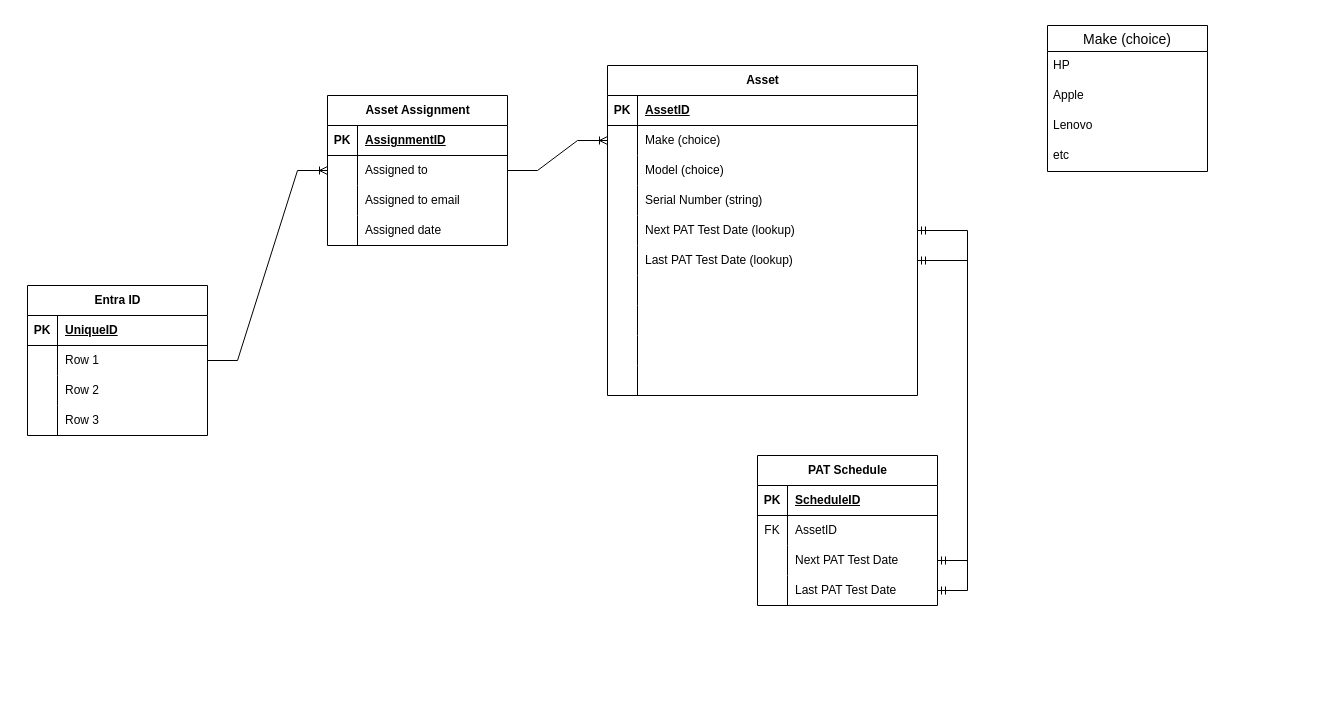
DigPacksPhilMVP/AssetManagement keeps this draw.io diagram as Untitled Diagram.drawio. Above is the earlier version. Source tidied: cells renumbered, new cells numbered last; positions are measured from the earlier drawing's top-left corner, leaving out a move shared by most shapes. Both pictures are drawn from the tidied source at 100%, with x=0, y=0 at pixel (27, 25).
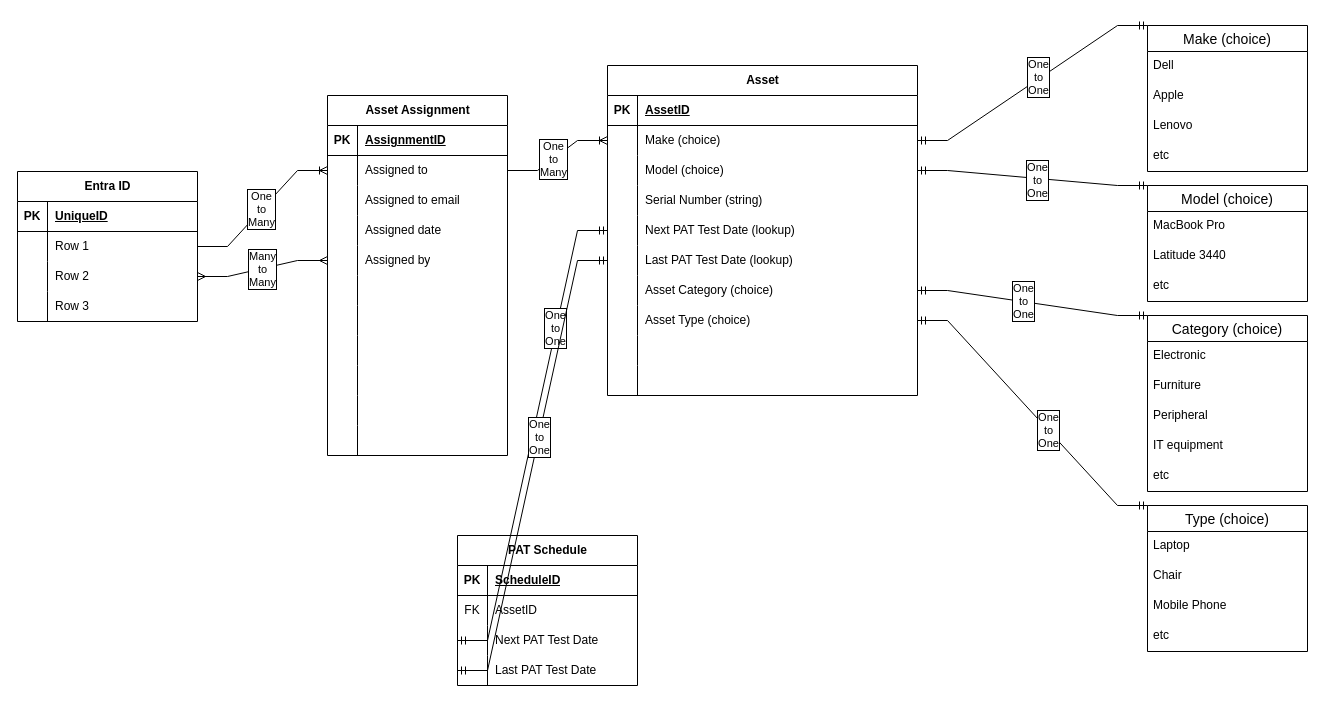
The same page after the edit.

Unchanged cells that the change refers to:
```xml
<mxCell id="9" style="shape=tableRow;horizontal=0;startSize=0;swimlaneHead=0;swimlaneBody=0;fillColor=none;points=[[0,0.5],[1,0.5]];portConstraint=eastwest;top=0;left=0;right=0;bottom=0;" parent="2" vertex="1">
  <mxGeometry y="90" width="180" height="30" as="geometry" />
</mxCell>
<mxCell id="32" style="shape=tableRow;horizontal=0;startSize=0;swimlaneHead=0;swimlaneBody=0;fillColor=none;points=[[0,0.5],[1,0.5]];portConstraint=eastwest;top=0;left=0;right=0;bottom=0;" parent="28" vertex="1">
  <mxGeometry y="60" width="310" height="30" as="geometry" />
</mxCell>
<mxCell id="35" style="shape=tableRow;horizontal=0;startSize=0;swimlaneHead=0;swimlaneBody=0;fillColor=none;points=[[0,0.5],[1,0.5]];portConstraint=eastwest;top=0;left=0;right=0;bottom=0;" parent="28" vertex="1">
  <mxGeometry y="90" width="310" height="30" as="geometry" />
</mxCell>
<mxCell id="41" style="shape=tableRow;horizontal=0;startSize=0;swimlaneHead=0;swimlaneBody=0;fillColor=none;points=[[0,0.5],[1,0.5]];portConstraint=eastwest;top=0;left=0;right=0;bottom=0;" parent="28" vertex="1">
  <mxGeometry y="150" width="310" height="30" as="geometry" />
</mxCell>
<mxCell id="44" style="shape=tableRow;horizontal=0;startSize=0;swimlaneHead=0;swimlaneBody=0;fillColor=none;points=[[0,0.5],[1,0.5]];portConstraint=eastwest;top=0;left=0;right=0;bottom=0;" parent="28" vertex="1">
  <mxGeometry y="180" width="310" height="30" as="geometry" />
</mxCell>
<mxCell id="47" style="shape=tableRow;horizontal=0;startSize=0;swimlaneHead=0;swimlaneBody=0;fillColor=none;points=[[0,0.5],[1,0.5]];portConstraint=eastwest;top=0;left=0;right=0;bottom=0;" parent="28" vertex="1">
  <mxGeometry y="210" width="310" height="30" as="geometry" />
</mxCell>
<mxCell id="50" style="shape=tableRow;horizontal=0;startSize=0;swimlaneHead=0;swimlaneBody=0;fillColor=none;points=[[0,0.5],[1,0.5]];portConstraint=eastwest;top=0;left=0;right=0;bottom=0;" parent="28" vertex="1">
  <mxGeometry y="240" width="310" height="30" as="geometry" />
</mxCell>
<mxCell id="59" style="edgeStyle=entityRelationEdgeStyle;fontSize=12;html=1;endArrow=ERoneToMany;rounded=0;entryX=0;entryY=0.5;entryDx=0;entryDy=0;exitX=1;exitY=0.5;exitDx=0;exitDy=0;" parent="1" edge="1" source="6" target="19">
  <mxGeometry relative="1" as="geometry" />
</mxCell>
<mxCell id="60" style="edgeStyle=entityRelationEdgeStyle;fontSize=12;html=1;endArrow=ERoneToMany;rounded=0;exitX=1;exitY=0.5;exitDx=0;exitDy=0;entryX=0;entryY=0.5;entryDx=0;entryDy=0;" parent="1" edge="1" source="19" target="32">
  <mxGeometry relative="1" as="geometry" />
</mxCell>
<mxCell id="68" style="shape=tableRow;horizontal=0;startSize=0;swimlaneHead=0;swimlaneBody=0;fillColor=none;points=[[0,0.5],[1,0.5]];portConstraint=eastwest;top=0;left=0;right=0;bottom=0;" parent="61" vertex="1">
  <mxGeometry y="90" width="180" height="30" as="geometry" />
</mxCell>
<mxCell id="71" style="shape=tableRow;horizontal=0;startSize=0;swimlaneHead=0;swimlaneBody=0;fillColor=none;points=[[0,0.5],[1,0.5]];portConstraint=eastwest;top=0;left=0;right=0;bottom=0;" parent="61" vertex="1">
  <mxGeometry y="120" width="180" height="30" as="geometry" />
</mxCell>
```

Change to the diagram source:
```diff
@@
     <mxCell id="2" value="Entra ID" style="shape=table;startSize=30;childLayout=tableLayout;rowLines=0;fontStyle=1;align=center;html=1;" parent="1" vertex="1">
-      <mxGeometry y="260" width="180" height="150" as="geometry" />
+      <mxGeometry x="-10" y="146" width="180" height="150" as="geometry" />
     </mxCell>
@@
     <mxCell id="15" value="Asset Assignment" style="shape=table;startSize=30;childLayout=tableLayout;rowLines=0;fontStyle=1;align=center;html=1;" parent="1" vertex="1">
-      <mxGeometry x="300" y="70" width="180" height="150" as="geometry" />
+      <mxGeometry x="300" y="70" width="180" height="360" as="geometry" />
     </mxCell>
@@
+    <mxCell id="81" style="shape=tableRow;horizontal=0;startSize=0;swimlaneHead=0;swimlaneBody=0;fillColor=none;points=[[0,0.5],[1,0.5]];portConstraint=eastwest;top=0;left=0;right=0;bottom=0;" parent="15" vertex="1">
+      <mxGeometry y="150" width="180" height="30" as="geometry" />
+    </mxCell>
+    <mxCell id="82" style="shape=partialRectangle;fillColor=none;top=0;left=0;bottom=0;right=0;overflow=hidden;whiteSpace=wrap;html=1;" parent="81" vertex="1">
+      <mxGeometry width="30" height="30" as="geometry" />
+    </mxCell>
+    <mxCell id="83" value="Assigned by" style="shape=partialRectangle;fillColor=none;top=0;left=0;bottom=0;right=0;align=left;spacingLeft=6;overflow=hidden;whiteSpace=wrap;html=1;" parent="81" vertex="1">
+      <mxGeometry x="30" width="150" height="30" as="geometry" />
+    </mxCell>
+    <mxCell id="84" style="shape=tableRow;horizontal=0;startSize=0;swimlaneHead=0;swimlaneBody=0;fillColor=none;top=0;left=0;right=0;bottom=0;" parent="15" vertex="1">
+      <mxGeometry y="180" width="180" height="30" as="geometry" />
+    </mxCell>
+    <mxCell id="85" style="shape=partialRectangle;fillColor=none;top=0;left=0;bottom=0;right=0;overflow=hidden;whiteSpace=wrap;html=1;" parent="84" vertex="1">
+      <mxGeometry width="30" height="30" as="geometry" />
+    </mxCell>
+    <mxCell id="86" style="shape=partialRectangle;fillColor=none;top=0;left=0;bottom=0;right=0;align=left;spacingLeft=6;overflow=hidden;whiteSpace=wrap;html=1;" parent="84" vertex="1">
+      <mxGeometry x="30" width="150" height="30" as="geometry" />
+    </mxCell>
+    <mxCell id="87" style="shape=tableRow;horizontal=0;startSize=0;swimlaneHead=0;swimlaneBody=0;fillColor=none;top=0;left=0;right=0;bottom=0;" parent="15" vertex="1">
+      <mxGeometry y="210" width="180" height="30" as="geometry" />
+    </mxCell>
+    <mxCell id="88" style="shape=partialRectangle;fillColor=none;top=0;left=0;bottom=0;right=0;overflow=hidden;whiteSpace=wrap;html=1;" parent="87" vertex="1">
+      <mxGeometry width="30" height="30" as="geometry" />
+    </mxCell>
+    <mxCell id="89" style="shape=partialRectangle;fillColor=none;top=0;left=0;bottom=0;right=0;align=left;spacingLeft=6;overflow=hidden;whiteSpace=wrap;html=1;" parent="87" vertex="1">
+      <mxGeometry x="30" width="150" height="30" as="geometry" />
+    </mxCell>
+    <mxCell id="90" style="shape=tableRow;horizontal=0;startSize=0;swimlaneHead=0;swimlaneBody=0;fillColor=none;top=0;left=0;right=0;bottom=0;" parent="15" vertex="1">
+      <mxGeometry y="240" width="180" height="30" as="geometry" />
+    </mxCell>
+    <mxCell id="91" style="shape=partialRectangle;fillColor=none;top=0;left=0;bottom=0;right=0;overflow=hidden;whiteSpace=wrap;html=1;" parent="90" vertex="1">
+      <mxGeometry width="30" height="30" as="geometry" />
+    </mxCell>
+    <mxCell id="92" style="shape=partialRectangle;fillColor=none;top=0;left=0;bottom=0;right=0;align=left;spacingLeft=6;overflow=hidden;whiteSpace=wrap;html=1;" parent="90" vertex="1">
+      <mxGeometry x="30" width="150" height="30" as="geometry" />
+    </mxCell>
+    <mxCell id="93" style="shape=tableRow;horizontal=0;startSize=0;swimlaneHead=0;swimlaneBody=0;fillColor=none;top=0;left=0;right=0;bottom=0;" parent="15" vertex="1">
+      <mxGeometry y="270" width="180" height="30" as="geometry" />
+    </mxCell>
+    <mxCell id="94" style="shape=partialRectangle;fillColor=none;top=0;left=0;bottom=0;right=0;overflow=hidden;whiteSpace=wrap;html=1;" parent="93" vertex="1">
+      <mxGeometry width="30" height="30" as="geometry" />
+    </mxCell>
+    <mxCell id="95" style="shape=partialRectangle;fillColor=none;top=0;left=0;bottom=0;right=0;align=left;spacingLeft=6;overflow=hidden;whiteSpace=wrap;html=1;" parent="93" vertex="1">
+      <mxGeometry x="30" width="150" height="30" as="geometry" />
+    </mxCell>
+    <mxCell id="96" style="shape=tableRow;horizontal=0;startSize=0;swimlaneHead=0;swimlaneBody=0;fillColor=none;top=0;left=0;right=0;bottom=0;" parent="15" vertex="1">
+      <mxGeometry y="300" width="180" height="30" as="geometry" />
+    </mxCell>
+    <mxCell id="97" style="shape=partialRectangle;fillColor=none;top=0;left=0;bottom=0;right=0;overflow=hidden;whiteSpace=wrap;html=1;" parent="96" vertex="1">
+      <mxGeometry width="30" height="30" as="geometry" />
+    </mxCell>
+    <mxCell id="98" style="shape=partialRectangle;fillColor=none;top=0;left=0;bottom=0;right=0;align=left;spacingLeft=6;overflow=hidden;whiteSpace=wrap;html=1;" parent="96" vertex="1">
+      <mxGeometry x="30" width="150" height="30" as="geometry" />
+    </mxCell>
+    <mxCell id="99" style="shape=tableRow;horizontal=0;startSize=0;swimlaneHead=0;swimlaneBody=0;fillColor=none;top=0;left=0;right=0;bottom=0;" parent="15" vertex="1">
+      <mxGeometry y="330" width="180" height="30" as="geometry" />
+    </mxCell>
+    <mxCell id="100" style="shape=partialRectangle;fillColor=none;top=0;left=0;bottom=0;right=0;overflow=hidden;whiteSpace=wrap;html=1;" parent="99" vertex="1">
+      <mxGeometry width="30" height="30" as="geometry" />
+    </mxCell>
+    <mxCell id="101" style="shape=partialRectangle;fillColor=none;top=0;left=0;bottom=0;right=0;align=left;spacingLeft=6;overflow=hidden;whiteSpace=wrap;html=1;" parent="99" vertex="1">
+      <mxGeometry x="30" width="150" height="30" as="geometry" />
+    </mxCell>
@@
-    <mxCell id="49" style="shape=partialRectangle;fillColor=none;top=0;left=0;bottom=0;right=0;align=left;spacingLeft=6;overflow=hidden;whiteSpace=wrap;html=1;" parent="47" vertex="1">
+    <mxCell id="49" value="Asset Category (choice)" style="shape=partialRectangle;fillColor=none;top=0;left=0;bottom=0;right=0;align=left;spacingLeft=6;overflow=hidden;whiteSpace=wrap;html=1;" parent="47" vertex="1">
       <mxGeometry x="30" width="280" height="30" as="geometry" />
     </mxCell>
@@
-    <mxCell id="52" style="shape=partialRectangle;fillColor=none;top=0;left=0;bottom=0;right=0;align=left;spacingLeft=6;overflow=hidden;whiteSpace=wrap;html=1;" parent="50" vertex="1">
+    <mxCell id="52" value="Asset Type (choice)" style="shape=partialRectangle;fillColor=none;top=0;left=0;bottom=0;right=0;align=left;spacingLeft=6;overflow=hidden;whiteSpace=wrap;html=1;" parent="50" vertex="1">
       <mxGeometry x="30" width="280" height="30" as="geometry" />
     </mxCell>
@@
+    <mxCell id="102" value="One&lt;div&gt;to&lt;/div&gt;&lt;div&gt;Many&lt;/div&gt;" style="edgeLabel;html=1;align=center;verticalAlign=middle;labelBorderColor=default;" parent="59" vertex="1">
+      <mxGeometry x="-0.02" y="1" relative="1" as="geometry" />
+    </mxCell>
@@
+    <mxCell id="103" value="One&lt;div&gt;to&lt;/div&gt;&lt;div&gt;Many&lt;/div&gt;" style="edgeLabel;html=1;align=center;verticalAlign=middle;labelBorderColor=default;" parent="60" vertex="1">
+      <mxGeometry x="-0.11" relative="1" as="geometry" />
+    </mxCell>
     <mxCell id="61" value="PAT Schedule" style="shape=table;startSize=30;childLayout=tableLayout;rowLines=0;fontStyle=1;align=center;html=1;" parent="1" vertex="1">
-      <mxGeometry x="730" y="430" width="180" height="150" as="geometry" />
+      <mxGeometry x="430" y="510" width="180" height="150" as="geometry" />
     </mxCell>
@@
-    <mxCell id="74" style="edgeStyle=entityRelationEdgeStyle;fontSize=12;html=1;endArrow=ERmandOne;startArrow=ERmandOne;rounded=0;entryX=1;entryY=0.5;entryDx=0;entryDy=0;" parent="1" edge="1" target="41">
+    <mxCell id="74" style="edgeStyle=entityRelationEdgeStyle;fontSize=12;html=1;endArrow=ERmandOne;startArrow=ERmandOne;rounded=0;entryX=0;entryY=0.5;entryDx=0;entryDy=0;exitX=0;exitY=0.5;exitDx=0;exitDy=0;" parent="1" edge="1" source="68" target="41">
       <mxGeometry relative="1" as="geometry">
-        <mxPoint x="910" y="535" as="sourcePoint" />
         <Array as="points">
           <mxPoint x="920" y="590" />
           <mxPoint x="820" y="400" />
           <mxPoint x="600" y="240" />
         </Array>
       </mxGeometry>
     </mxCell>
+    <mxCell id="104" value="One&lt;div&gt;to&lt;/div&gt;&lt;div&gt;One&lt;/div&gt;" style="edgeLabel;html=1;align=center;verticalAlign=middle;labelBorderColor=default;" parent="74" vertex="1">
+      <mxGeometry x="0.46" y="1" relative="1" as="geometry" />
+    </mxCell>
-    <mxCell id="75" style="edgeStyle=entityRelationEdgeStyle;fontSize=12;html=1;endArrow=ERmandOne;startArrow=ERmandOne;rounded=0;entryX=1;entryY=0.5;entryDx=0;entryDy=0;" parent="1" edge="1" target="44">
-      <mxGeometry relative="1" as="geometry">
-        <mxPoint x="910" y="565" as="sourcePoint" />
-      </mxGeometry>
+    <mxCell id="75" style="edgeStyle=entityRelationEdgeStyle;fontSize=12;html=1;endArrow=ERmandOne;startArrow=ERmandOne;rounded=0;entryX=0;entryY=0.5;entryDx=0;entryDy=0;exitX=0;exitY=0.5;exitDx=0;exitDy=0;" parent="1" edge="1" source="71" target="44">
+      <mxGeometry relative="1" as="geometry" />
     </mxCell>
+    <mxCell id="105" value="One&lt;div&gt;to&lt;/div&gt;&lt;div&gt;One&lt;/div&gt;" style="edgeLabel;html=1;align=center;verticalAlign=middle;labelBorderColor=default;" parent="75" vertex="1">
+      <mxGeometry x="0.12" relative="1" as="geometry" />
+    </mxCell>
     <mxCell id="76" value="Make (choice)" style="swimlane;fontStyle=0;horizontal=1;startSize=26;align=center;fontSize=14;" parent="1" vertex="1">
-      <mxGeometry x="1020" width="160" height="146" as="geometry" />
+      <mxGeometry x="1120" width="160" height="146" as="geometry" />
     </mxCell>
-    <mxCell id="77" value="HP" style="text;strokeColor=none;fillColor=none;spacingLeft=4;spacingRight=4;overflow=hidden;fontSize=12;whiteSpace=wrap;html=1;" parent="76" vertex="1">
+    <mxCell id="77" value="Dell" style="text;strokeColor=none;fillColor=none;spacingLeft=4;spacingRight=4;overflow=hidden;fontSize=12;whiteSpace=wrap;html=1;" parent="76" vertex="1">
       <mxGeometry y="26" width="160" height="30" as="geometry" />
     </mxCell>
@@
+    <mxCell id="106" style="edgeStyle=entityRelationEdgeStyle;fontSize=12;html=1;endArrow=ERmandOne;startArrow=ERmandOne;rounded=0;exitX=1;exitY=0.5;exitDx=0;exitDy=0;entryX=0;entryY=0;entryDx=0;entryDy=0;" parent="1" edge="1" source="32" target="76">
+      <mxGeometry relative="1" as="geometry" />
+    </mxCell>
+    <mxCell id="107" value="One&lt;div&gt;to&lt;/div&gt;&lt;div&gt;One&lt;/div&gt;" style="edgeLabel;html=1;align=center;verticalAlign=middle;labelBorderColor=default;" parent="106" vertex="1">
+      <mxGeometry x="0.06" y="2" relative="1" as="geometry" />
+    </mxCell>
+    <mxCell id="108" value="Model (choice)" style="swimlane;fontStyle=0;horizontal=1;startSize=26;align=center;fontSize=14;" parent="1" vertex="1">
+      <mxGeometry x="1120" y="160" width="160" height="116" as="geometry" />
+    </mxCell>
+    <mxCell id="109" value="MacBook Pro" style="text;strokeColor=none;fillColor=none;spacingLeft=4;spacingRight=4;overflow=hidden;fontSize=12;whiteSpace=wrap;html=1;" parent="108" vertex="1">
+      <mxGeometry y="26" width="160" height="30" as="geometry" />
+    </mxCell>
+    <mxCell id="110" value="Latitude 3440" style="text;strokeColor=none;fillColor=none;spacingLeft=4;spacingRight=4;overflow=hidden;fontSize=12;whiteSpace=wrap;html=1;" parent="108" vertex="1">
+      <mxGeometry y="56" width="160" height="30" as="geometry" />
+    </mxCell>
+    <mxCell id="111" value="etc" style="text;strokeColor=none;fillColor=none;spacingLeft=4;spacingRight=4;overflow=hidden;fontSize=12;whiteSpace=wrap;html=1;" parent="108" vertex="1">
+      <mxGeometry y="86" width="160" height="30" as="geometry" />
+    </mxCell>
+    <mxCell id="112" style="edgeStyle=entityRelationEdgeStyle;fontSize=12;html=1;endArrow=ERmandOne;startArrow=ERmandOne;rounded=0;exitX=1;exitY=0.5;exitDx=0;exitDy=0;entryX=0;entryY=0;entryDx=0;entryDy=0;" parent="1" edge="1" source="35" target="108">
+      <mxGeometry relative="1" as="geometry" />
+    </mxCell>
+    <mxCell id="113" value="One&lt;div&gt;to&lt;/div&gt;&lt;div&gt;One&lt;/div&gt;" style="edgeLabel;html=1;align=center;verticalAlign=middle;labelBorderColor=default;" parent="112" vertex="1">
+      <mxGeometry x="0.03" y="-2" relative="1" as="geometry">
+        <mxPoint x="1" as="offset" />
+      </mxGeometry>
+    </mxCell>
+    <mxCell id="114" value="Category (choice)" style="swimlane;fontStyle=0;horizontal=1;startSize=26;align=center;fontSize=14;" parent="1" vertex="1">
+      <mxGeometry x="1120" y="290" width="160" height="176" as="geometry" />
+    </mxCell>
+    <mxCell id="115" value="Electronic" style="text;strokeColor=none;fillColor=none;spacingLeft=4;spacingRight=4;overflow=hidden;fontSize=12;whiteSpace=wrap;html=1;" parent="114" vertex="1">
+      <mxGeometry y="26" width="160" height="30" as="geometry" />
+    </mxCell>
+    <mxCell id="116" value="Furniture" style="text;strokeColor=none;fillColor=none;spacingLeft=4;spacingRight=4;overflow=hidden;fontSize=12;whiteSpace=wrap;html=1;" parent="114" vertex="1">
+      <mxGeometry y="56" width="160" height="30" as="geometry" />
+    </mxCell>
+    <mxCell id="117" value="Peripheral" style="text;strokeColor=none;fillColor=none;spacingLeft=4;spacingRight=4;overflow=hidden;fontSize=12;whiteSpace=wrap;html=1;" parent="114" vertex="1">
+      <mxGeometry y="86" width="160" height="30" as="geometry" />
+    </mxCell>
+    <mxCell id="118" value="IT equipment" style="text;strokeColor=none;fillColor=none;spacingLeft=4;spacingRight=4;overflow=hidden;fontSize=12;whiteSpace=wrap;html=1;" parent="114" vertex="1">
+      <mxGeometry y="116" width="160" height="30" as="geometry" />
+    </mxCell>
+    <mxCell id="119" value="etc" style="text;strokeColor=none;fillColor=none;spacingLeft=4;spacingRight=4;overflow=hidden;fontSize=12;whiteSpace=wrap;html=1;" parent="114" vertex="1">
+      <mxGeometry y="146" width="160" height="30" as="geometry" />
+    </mxCell>
+    <mxCell id="120" style="edgeStyle=entityRelationEdgeStyle;fontSize=12;html=1;endArrow=ERmandOne;startArrow=ERmandOne;rounded=0;exitX=1;exitY=0.5;exitDx=0;exitDy=0;entryX=0;entryY=0;entryDx=0;entryDy=0;" parent="1" edge="1" source="47" target="114">
+      <mxGeometry relative="1" as="geometry" />
+    </mxCell>
+    <mxCell id="121" value="One&lt;div&gt;to&lt;/div&gt;&lt;div&gt;One&lt;/div&gt;" style="edgeLabel;html=1;align=center;verticalAlign=middle;labelBorderColor=default;" parent="120" vertex="1">
+      <mxGeometry x="-0.08" y="1" relative="1" as="geometry">
+        <mxPoint x="-1" as="offset" />
+      </mxGeometry>
+    </mxCell>
+    <mxCell id="122" style="edgeStyle=entityRelationEdgeStyle;fontSize=12;html=1;endArrow=ERmany;startArrow=ERmany;rounded=0;entryX=0;entryY=0.5;entryDx=0;entryDy=0;exitX=1;exitY=0.5;exitDx=0;exitDy=0;" parent="1" edge="1" source="9" target="81">
+      <mxGeometry relative="1" as="geometry" />
+    </mxCell>
+    <mxCell id="123" value="Many&lt;div&gt;to&lt;/div&gt;&lt;div&gt;Many&lt;/div&gt;" style="edgeLabel;html=1;align=center;verticalAlign=middle;labelBorderColor=default;" parent="122" vertex="1">
+      <mxGeometry x="-0.01" relative="1" as="geometry" />
+    </mxCell>
+    <mxCell id="124" value="Type (choice)" style="swimlane;fontStyle=0;horizontal=1;startSize=26;align=center;fontSize=14;" parent="1" vertex="1">
+      <mxGeometry x="1120" y="480" width="160" height="146" as="geometry" />
+    </mxCell>
+    <mxCell id="125" value="Laptop" style="text;strokeColor=none;fillColor=none;spacingLeft=4;spacingRight=4;overflow=hidden;fontSize=12;whiteSpace=wrap;html=1;" parent="124" vertex="1">
+      <mxGeometry y="26" width="160" height="30" as="geometry" />
+    </mxCell>
+    <mxCell id="126" value="Chair" style="text;strokeColor=none;fillColor=none;spacingLeft=4;spacingRight=4;overflow=hidden;fontSize=12;whiteSpace=wrap;html=1;" parent="124" vertex="1">
+      <mxGeometry y="56" width="160" height="30" as="geometry" />
+    </mxCell>
+    <mxCell id="127" value="Mobile Phone" style="text;strokeColor=none;fillColor=none;spacingLeft=4;spacingRight=4;overflow=hidden;fontSize=12;whiteSpace=wrap;html=1;" parent="124" vertex="1">
+      <mxGeometry y="86" width="160" height="30" as="geometry" />
+    </mxCell>
+    <mxCell id="128" value="etc" style="text;strokeColor=none;fillColor=none;spacingLeft=4;spacingRight=4;overflow=hidden;fontSize=12;whiteSpace=wrap;html=1;" parent="124" vertex="1">
+      <mxGeometry y="116" width="160" height="30" as="geometry" />
+    </mxCell>
+    <mxCell id="129" style="edgeStyle=entityRelationEdgeStyle;fontSize=12;html=1;endArrow=ERmandOne;startArrow=ERmandOne;rounded=0;entryX=1;entryY=0.5;entryDx=0;entryDy=0;exitX=0;exitY=0;exitDx=0;exitDy=0;" parent="1" edge="1" source="124" target="50">
+      <mxGeometry relative="1" as="geometry" />
+    </mxCell>
+    <mxCell id="130" value="One&lt;div&gt;to&lt;/div&gt;&lt;div&gt;One&lt;/div&gt;" style="edgeLabel;html=1;align=center;verticalAlign=middle;labelBorderColor=default;" parent="129" vertex="1">
+      <mxGeometry x="-0.15" y="-1" relative="1" as="geometry">
+        <mxPoint x="-1" as="offset" />
+      </mxGeometry>
+    </mxCell>
```
